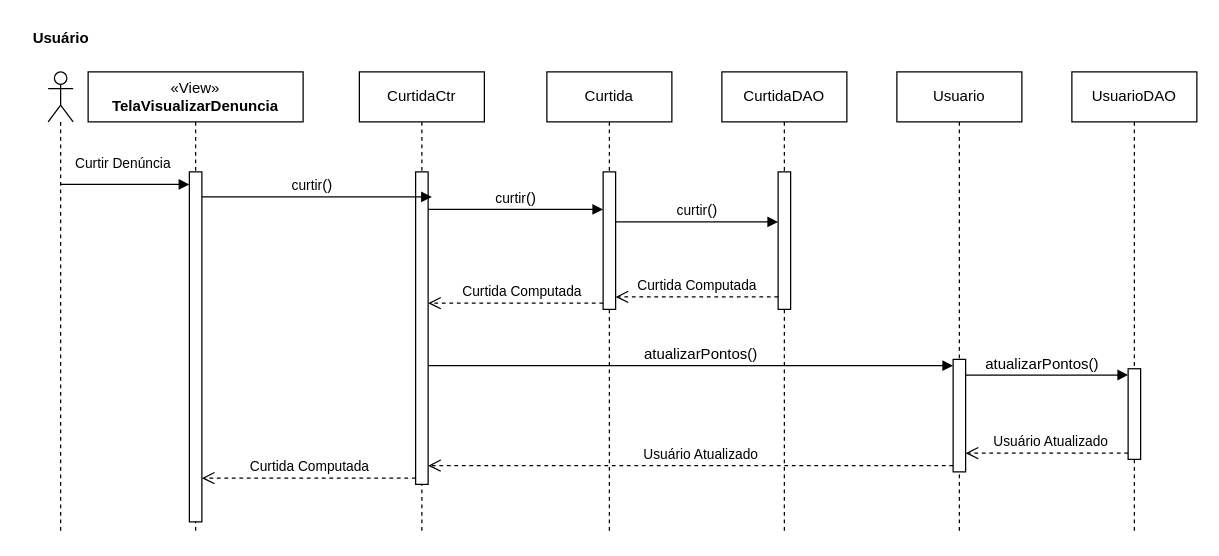
frsouzaa/Documentacao-TCC-NossaVia keeps this draw.io diagram as Documentação/Diagramas/Diagramas de Sequencia/Diagrama de Sequencia Curtir.drawio. Above is the earlier version. Source tidied: cells renumbered, new cells numbered last; positions are measured from the earlier drawing's top-left corner, leaving out a move shared by most shapes. Both pictures are drawn from the tidied source at 125%, with x=0, y=0 at pixel (21, 21).
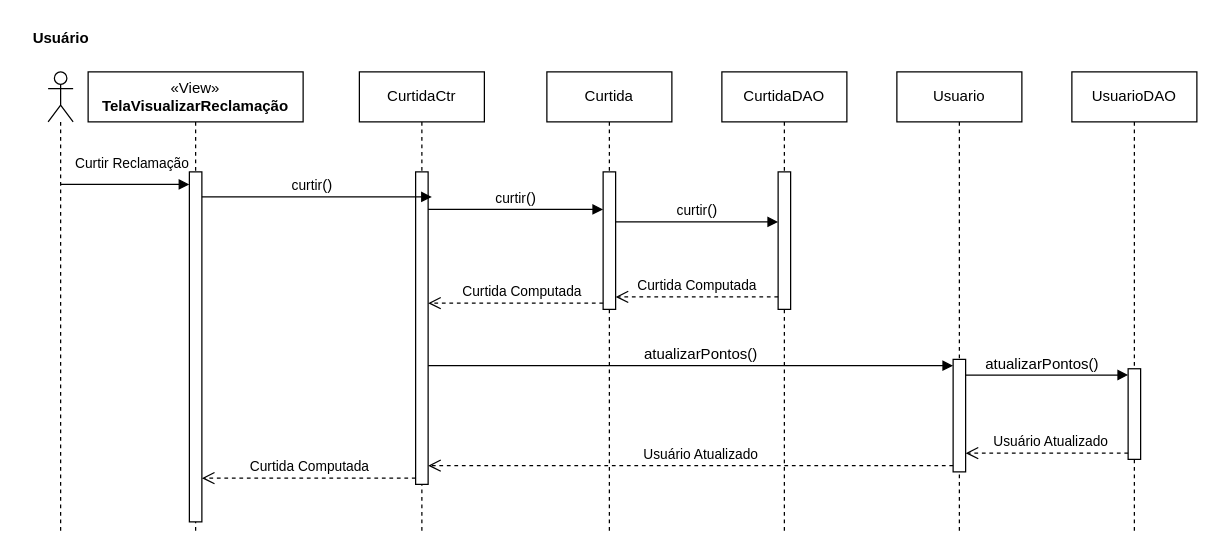
The same diagram, later.

The change refers to these unchanged cells:
```xml
<mxCell id="4" style="html=1;points=[[0,0,0,0,5],[0,1,0,0,-5],[1,0,0,0,5],[1,1,0,0,-5]];perimeter=orthogonalPerimeter;outlineConnect=0;targetShapes=umlLifeline;portConstraint=eastwest;newEdgeStyle={&quot;curved&quot;:0,&quot;rounded&quot;:0};" parent="3" vertex="1">
  <mxGeometry x="81" y="80" width="10" height="280" as="geometry" />
</mxCell>
```

Change to the diagram source:
```diff
@@
-    <mxCell id="3" value="«View»&lt;br&gt;&lt;b&gt;TelaVisualizarDenuncia&lt;/b&gt;" style="shape=umlLifeline;perimeter=lifelinePerimeter;whiteSpace=wrap;html=1;newEdgeStyle={&quot;curved&quot;:0,&quot;rounded&quot;:0};" parent="1" vertex="1">
+    <mxCell id="3" value="«View»&lt;br&gt;&lt;b&gt;TelaVisualizarReclamação&lt;/b&gt;" style="shape=umlLifeline;perimeter=lifelinePerimeter;whiteSpace=wrap;html=1;newEdgeStyle={&quot;curved&quot;:0,&quot;rounded&quot;:0};" parent="1" vertex="1">
       <mxGeometry x="53" y="40" width="172" height="370" as="geometry" />
     </mxCell>
@@
-    <mxCell id="9" value="Curtir Denúncia" style="endArrow=block;endFill=1;html=1;edgeStyle=orthogonalEdgeStyle;align=left;verticalAlign=top;rounded=0;" parent="1" edge="1" target="4">
+    <mxCell id="9" value="Curtir Reclamação" style="endArrow=block;endFill=1;html=1;edgeStyle=orthogonalEdgeStyle;align=left;verticalAlign=top;rounded=0;" parent="1" edge="1" target="4">
       <mxGeometry x="-0.81" y="30" relative="1" as="geometry">
         <mxPoint x="30.9" y="130" as="sourcePoint" />
         <Array as="points">
           <mxPoint x="63" y="130" />
           <mxPoint x="63" y="130" />
         </Array>
       </mxGeometry>
     </mxCell>
```
